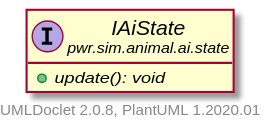
Bravo555/oop-project keeps this PlantUML diagram as pwr/sim/animal/ai/state/IAiState.svg. Above is the earlier version.
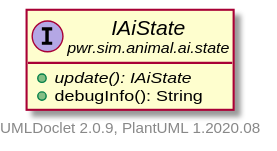
The same file after the commit.

Diff of the diagram source:
```diff
@@ -4,8 +4,9 @@
     hide empty methods
 
     interface "<size:14>IAiState\n<size:10>pwr.sim.animal.ai.state" as pwr.sim.animal.ai.state.IAiState [[IAiState.html]] {
-        {abstract} +update(): void
+        {abstract} +update(): IAiState
+        +debugInfo(): String
     }
 
-    center footer UMLDoclet 2.0.8, PlantUML 1.2020.01
+    center footer UMLDoclet 2.0.9, PlantUML 1.2020.08
 @enduml
```
